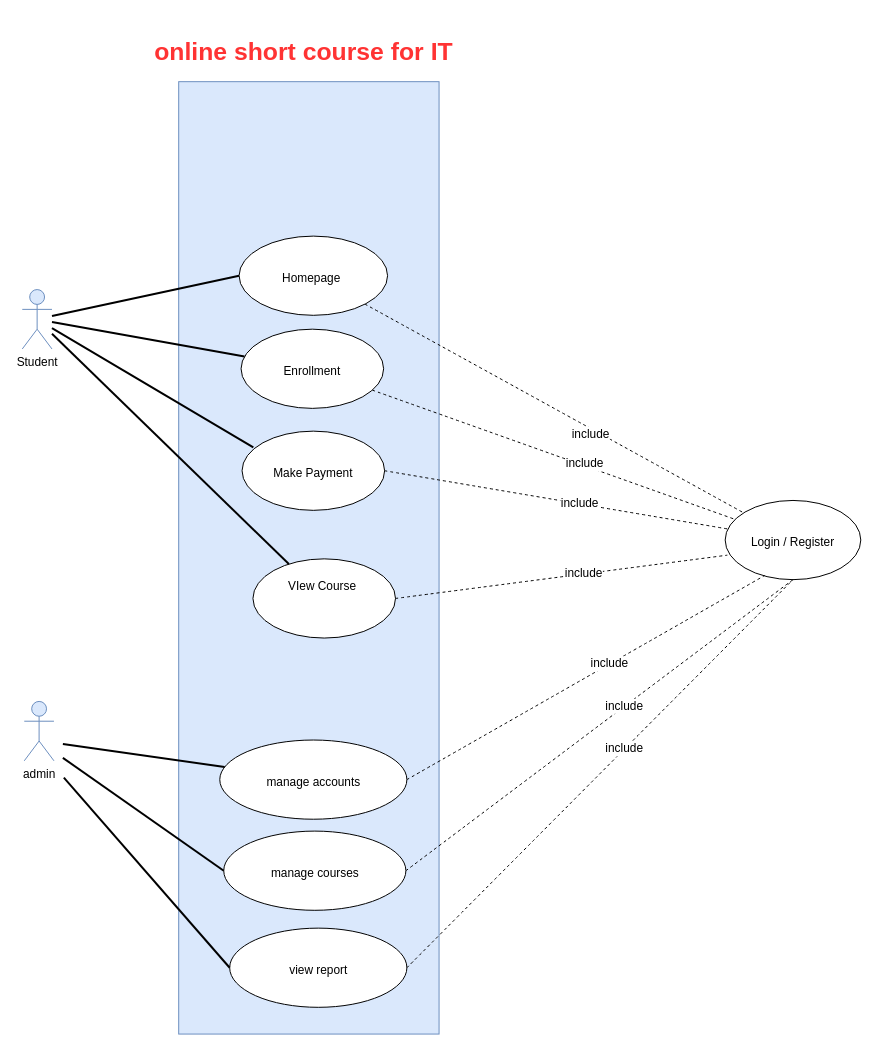
The draw.io diagram usecase.drawio in Sovannrathh/short-course, before the edit. Source tidied: cells renumbered, new cells numbered last; positions are measured from the earlier drawing's top-left corner, leaving out a move shared by most shapes. Both pictures are drawn from the tidied source at 99%, with x=0, y=0 at pixel (22, 17).
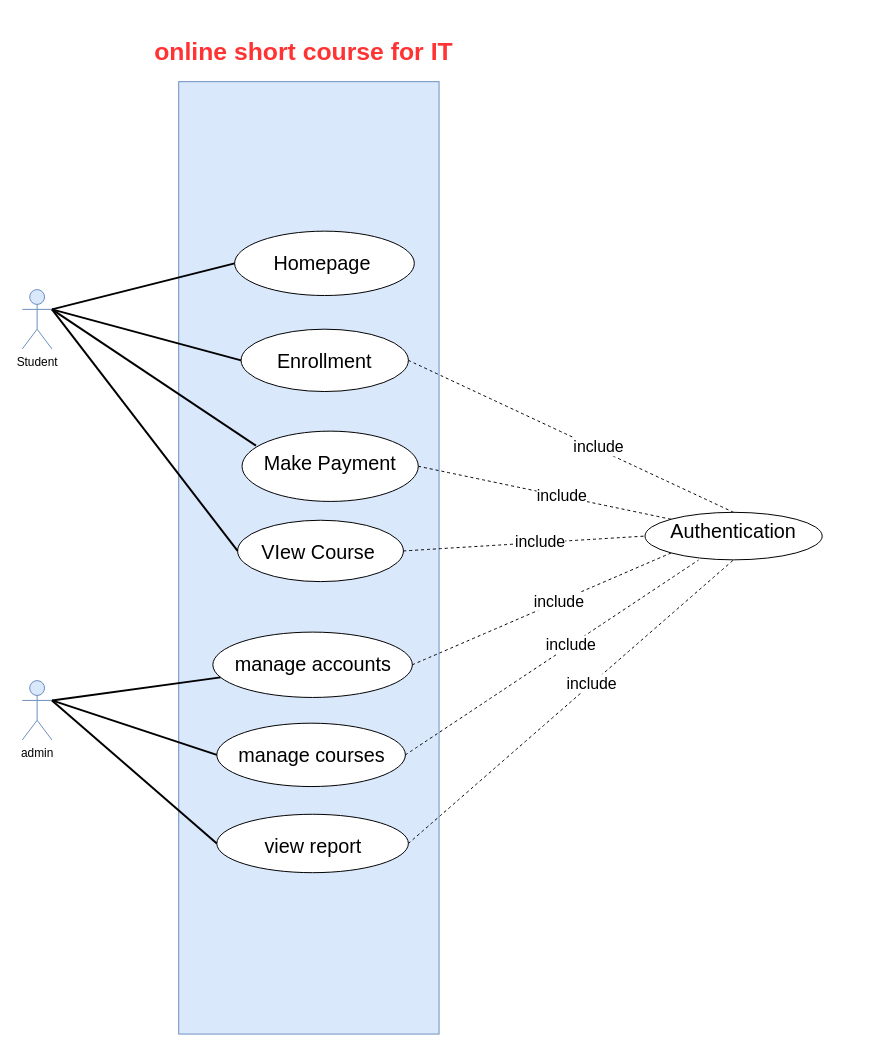
Above is the later version.

Unchanged cells that the change refers to:
```xml
<mxCell id="3" value="Student" style="shape=umlActor;verticalLabelPosition=bottom;verticalAlign=top;html=1;outlineConnect=0;fillColor=#dae8fc;strokeColor=#6c8ebf;" parent="1" vertex="1">
  <mxGeometry y="275" width="30" height="60" as="geometry" />
</mxCell>
<mxCell id="33" style="endArrow=none;dashed=1;html=1;rounded=0;fontSize=12;startSize=8;endSize=8;curved=1;exitX=1;exitY=0.5;exitDx=0;exitDy=0;entryX=0.5;entryY=1;entryDx=0;entryDy=0;" parent="1" edge="1" source="10" target="5">
  <mxGeometry relative="1" as="geometry" />
</mxCell>
```

Change to the diagram source:
```diff
@@
     <mxCell id="4" value="admin" style="shape=umlActor;verticalLabelPosition=bottom;verticalAlign=top;html=1;outlineConnect=0;fillColor=#dae8fc;strokeColor=#6c8ebf;" parent="1" vertex="1">
-      <mxGeometry x="2" y="691" width="30" height="60" as="geometry" />
+      <mxGeometry y="670" width="30" height="60" as="geometry" />
     </mxCell>
-    <mxCell id="5" value="&lt;div&gt;&lt;br&gt;&lt;/div&gt;&lt;div&gt;&lt;br&gt;&lt;/div&gt;&lt;div&gt;Login / Register&lt;/div&gt;" style="ellipse;whiteSpace=wrap;html=1;verticalAlign=top;" parent="1" vertex="1">
-      <mxGeometry x="710" y="488" width="137" height="80" as="geometry" />
+    <mxCell id="5" value="&lt;div&gt;&lt;font style=&quot;font-size: 20px;&quot;&gt;Authentication&lt;/font&gt;&lt;/div&gt;" style="ellipse;whiteSpace=wrap;html=1;verticalAlign=top;align=center;" parent="1" vertex="1">
+      <mxGeometry x="629" y="500" width="179" height="48" as="geometry" />
     </mxCell>
-    <mxCell id="6" value="&lt;div&gt;&lt;br&gt;&lt;/div&gt;&lt;div&gt;&lt;br&gt;&lt;/div&gt;Enrollment" style="ellipse;whiteSpace=wrap;html=1;verticalAlign=top;" parent="1" vertex="1">
-      <mxGeometry x="221" y="315" width="144" height="80" as="geometry" />
+    <mxCell id="6" value="&lt;div&gt;&lt;br&gt;&lt;/div&gt;&lt;font style=&quot;font-size: 20px;&quot;&gt;Enrollment&lt;/font&gt;" style="ellipse;whiteSpace=wrap;html=1;verticalAlign=top;" parent="1" vertex="1">
+      <mxGeometry x="221" y="315" width="169" height="63" as="geometry" />
     </mxCell>
-    <mxCell id="7" value="&lt;div&gt;&lt;br&gt;&lt;/div&gt;&lt;div&gt;&lt;br&gt;&lt;/div&gt;Homepage&amp;nbsp;" style="ellipse;whiteSpace=wrap;html=1;verticalAlign=top;" parent="1" vertex="1">
-      <mxGeometry x="219" y="221" width="150" height="80" as="geometry" />
+    <mxCell id="7" value="&lt;div&gt;&lt;br&gt;&lt;/div&gt;&lt;font style=&quot;font-size: 20px;&quot;&gt;Homepage&amp;nbsp;&lt;/font&gt;" style="ellipse;whiteSpace=wrap;html=1;verticalAlign=top;align=center;" parent="1" vertex="1">
+      <mxGeometry x="214.5" y="216" width="181.5" height="65" as="geometry" />
     </mxCell>
-    <mxCell id="8" value="&lt;div&gt;&lt;br&gt;&lt;/div&gt;&lt;div&gt;&lt;br&gt;&lt;/div&gt;manage accounts" style="ellipse;whiteSpace=wrap;html=1;verticalAlign=top;" parent="1" vertex="1">
-      <mxGeometry x="199.5" y="730" width="189" height="80" as="geometry" />
+    <mxCell id="8" value="&lt;div&gt;&lt;br&gt;&lt;/div&gt;&lt;font style=&quot;font-size: 20px;&quot;&gt;manage accounts&lt;/font&gt;" style="ellipse;whiteSpace=wrap;html=1;verticalAlign=top;" parent="1" vertex="1">
+      <mxGeometry x="192.5" y="621" width="201.5" height="66" as="geometry" />
     </mxCell>
-    <mxCell id="9" value="&lt;div&gt;&lt;br&gt;&lt;/div&gt;&lt;div&gt;&lt;br&gt;&lt;/div&gt;manage courses" style="ellipse;whiteSpace=wrap;html=1;verticalAlign=top;" parent="1" vertex="1">
-      <mxGeometry x="203.5" y="822" width="184" height="80" as="geometry" />
+    <mxCell id="9" value="&lt;div&gt;&lt;br&gt;&lt;/div&gt;&lt;font style=&quot;font-size: 20px;&quot;&gt;manage courses&lt;/font&gt;" style="ellipse;whiteSpace=wrap;html=1;verticalAlign=top;" parent="1" vertex="1">
+      <mxGeometry x="196.5" y="713" width="190.5" height="64" as="geometry" />
     </mxCell>
-    <mxCell id="10" value="&lt;div&gt;&lt;br&gt;&lt;/div&gt;&lt;div&gt;&lt;br&gt;&lt;/div&gt;view report" style="ellipse;whiteSpace=wrap;html=1;verticalAlign=top;" parent="1" vertex="1">
-      <mxGeometry x="209.5" y="920" width="179" height="80" as="geometry" />
+    <mxCell id="10" value="&lt;div&gt;&lt;br&gt;&lt;/div&gt;&lt;font style=&quot;font-size: 20px;&quot;&gt;view report&lt;/font&gt;" style="ellipse;whiteSpace=wrap;html=1;verticalAlign=top;" parent="1" vertex="1">
+      <mxGeometry x="196.5" y="805" width="193.5" height="59" as="geometry" />
     </mxCell>
-    <mxCell id="11" value="&lt;div&gt;&lt;br&gt;&lt;/div&gt;&lt;div&gt;&lt;span style=&quot;background-color: transparent; color: light-dark(rgb(0, 0, 0), rgb(255, 255, 255));&quot;&gt;&lt;br&gt;&lt;/span&gt;&lt;/div&gt;&lt;div&gt;&lt;span style=&quot;background-color: transparent; color: light-dark(rgb(0, 0, 0), rgb(255, 255, 255));&quot;&gt;Make Payment&lt;/span&gt;&lt;/div&gt;" style="ellipse;whiteSpace=wrap;html=1;verticalAlign=top;" parent="1" vertex="1">
-      <mxGeometry x="222" y="418" width="144" height="80" as="geometry" />
+    <mxCell id="11" value="&lt;div&gt;&lt;br&gt;&lt;/div&gt;&lt;div&gt;&lt;span style=&quot;background-color: transparent; color: light-dark(rgb(0, 0, 0), rgb(255, 255, 255));&quot;&gt;&lt;font style=&quot;font-size: 20px;&quot;&gt;Make Payment&lt;/font&gt;&lt;/span&gt;&lt;/div&gt;" style="ellipse;whiteSpace=wrap;html=1;verticalAlign=top;" parent="1" vertex="1">
+      <mxGeometry x="222" y="418" width="178" height="71" as="geometry" />
     </mxCell>
-    <mxCell id="12" value="&lt;div&gt;&lt;br&gt;&lt;/div&gt;&lt;div&gt;&lt;span style=&quot;background-color: transparent; color: light-dark(rgb(0, 0, 0), rgb(255, 255, 255));&quot;&gt;VIew Course&amp;nbsp;&lt;/span&gt;&lt;/div&gt;" style="ellipse;whiteSpace=wrap;html=1;verticalAlign=top;" parent="1" vertex="1">
-      <mxGeometry x="233" y="547" width="144" height="80" as="geometry" />
+    <mxCell id="12" value="&lt;div&gt;&lt;br&gt;&lt;/div&gt;&lt;div&gt;&lt;span style=&quot;background-color: transparent; color: light-dark(rgb(0, 0, 0), rgb(255, 255, 255));&quot;&gt;&lt;font style=&quot;font-size: 20px;&quot;&gt;VIew Course&amp;nbsp;&lt;/font&gt;&lt;/span&gt;&lt;/div&gt;" style="ellipse;whiteSpace=wrap;html=1;verticalAlign=top;" parent="1" vertex="1">
+      <mxGeometry x="217.5" y="508" width="167.5" height="62" as="geometry" />
     </mxCell>
-    <mxCell id="13" style="endArrow=none;html=1;rounded=0;fontSize=12;startSize=8;endSize=8;curved=1;strokeWidth=2;entryX=0;entryY=0.5;entryDx=0;entryDy=0;" parent="1" edge="1" source="3" target="7">
+    <mxCell id="13" style="endArrow=none;html=1;rounded=0;fontSize=12;startSize=8;endSize=8;curved=1;strokeWidth=2;entryX=0;entryY=0.5;entryDx=0;entryDy=0;exitX=1;exitY=0.3333333333333333;exitDx=0;exitDy=0;exitPerimeter=0;" parent="1" edge="1" source="3" target="7">
       <mxGeometry relative="1" as="geometry" />
     </mxCell>
-    <mxCell id="14" style="endArrow=none;html=1;rounded=0;fontSize=12;startSize=8;endSize=8;curved=1;strokeWidth=2;" parent="1" edge="1" source="3" target="6">
+    <mxCell id="14" style="endArrow=none;html=1;rounded=0;fontSize=12;startSize=8;endSize=8;curved=1;strokeWidth=2;entryX=0;entryY=0.5;entryDx=0;entryDy=0;exitX=1;exitY=0.3333333333333333;exitDx=0;exitDy=0;exitPerimeter=0;" parent="1" edge="1" source="3" target="6">
       <mxGeometry relative="1" as="geometry" />
     </mxCell>
-    <mxCell id="15" style="endArrow=none;html=1;rounded=0;fontSize=12;startSize=8;endSize=8;curved=1;strokeWidth=2;entryX=0.079;entryY=0.205;entryDx=0;entryDy=0;entryPerimeter=0;" parent="1" edge="1" source="3" target="11">
+    <mxCell id="15" style="endArrow=none;html=1;rounded=0;fontSize=12;startSize=8;endSize=8;curved=1;strokeWidth=2;entryX=0.079;entryY=0.205;entryDx=0;entryDy=0;entryPerimeter=0;exitX=1;exitY=0.3333333333333333;exitDx=0;exitDy=0;exitPerimeter=0;" parent="1" edge="1" source="3" target="11">
       <mxGeometry relative="1" as="geometry" />
     </mxCell>
-    <mxCell id="16" style="endArrow=none;html=1;rounded=0;fontSize=12;startSize=8;endSize=8;curved=1;strokeWidth=2;" parent="1" edge="1" source="3" target="12">
+    <mxCell id="16" style="endArrow=none;html=1;rounded=0;fontSize=12;startSize=8;endSize=8;curved=1;strokeWidth=2;entryX=0;entryY=0.5;entryDx=0;entryDy=0;exitX=1;exitY=0.3333333333333333;exitDx=0;exitDy=0;exitPerimeter=0;" parent="1" edge="1" source="3" target="12">
       <mxGeometry relative="1" as="geometry" />
     </mxCell>
-    <mxCell id="17" style="endArrow=none;html=1;rounded=0;fontSize=12;startSize=8;endSize=8;curved=1;strokeWidth=2;" parent="1" edge="1" target="8">
-      <mxGeometry relative="1" as="geometry">
-        <mxPoint x="41" y="734" as="sourcePoint" />
-      </mxGeometry>
+    <mxCell id="17" style="endArrow=none;html=1;rounded=0;fontSize=12;startSize=8;endSize=8;curved=1;strokeWidth=2;exitX=1;exitY=0.3333333333333333;exitDx=0;exitDy=0;exitPerimeter=0;" parent="1" edge="1" source="4" target="8">
+      <mxGeometry relative="1" as="geometry" />
     </mxCell>
-    <mxCell id="18" style="endArrow=none;html=1;rounded=0;fontSize=12;startSize=8;endSize=8;curved=1;strokeWidth=2;entryX=0;entryY=0.5;entryDx=0;entryDy=0;" parent="1" edge="1" target="9">
-      <mxGeometry relative="1" as="geometry">
-        <mxPoint x="41" y="748" as="sourcePoint" />
-      </mxGeometry>
+    <mxCell id="18" style="endArrow=none;html=1;rounded=0;fontSize=12;startSize=8;endSize=8;curved=1;strokeWidth=2;entryX=0;entryY=0.5;entryDx=0;entryDy=0;exitX=1;exitY=0.3333333333333333;exitDx=0;exitDy=0;exitPerimeter=0;" parent="1" edge="1" source="4" target="9">
+      <mxGeometry relative="1" as="geometry" />
     </mxCell>
-    <mxCell id="19" style="endArrow=none;html=1;rounded=0;fontSize=12;startSize=8;endSize=8;curved=1;strokeWidth=2;entryX=0;entryY=0.5;entryDx=0;entryDy=0;" parent="1" edge="1" target="10">
-      <mxGeometry relative="1" as="geometry">
-        <mxPoint x="42" y="768" as="sourcePoint" />
-      </mxGeometry>
+    <mxCell id="19" style="endArrow=none;html=1;rounded=0;fontSize=12;startSize=8;endSize=8;curved=1;strokeWidth=2;entryX=0;entryY=0.5;entryDx=0;entryDy=0;exitX=1;exitY=0.3333333333333333;exitDx=0;exitDy=0;exitPerimeter=0;" parent="1" edge="1" source="4" target="10">
+      <mxGeometry relative="1" as="geometry" />
     </mxCell>
@@
-    <mxCell id="21" style="endArrow=none;dashed=1;html=1;rounded=0;fontSize=12;startSize=8;endSize=8;curved=1;" parent="1" edge="1" source="7" target="5">
-      <mxGeometry relative="1" as="geometry" />
-    </mxCell>
-    <mxCell id="22" value="include" style="edgeLabel;html=1;align=center;verticalAlign=middle;fontSize=12;" parent="21" vertex="1">
-      <mxGeometry x="0.2" y="-4" relative="1" as="geometry">
-        <mxPoint y="1" as="offset" />
-      </mxGeometry>
-    </mxCell>
-    <mxCell id="23" style="endArrow=none;dashed=1;html=1;rounded=0;fontSize=12;startSize=8;endSize=8;curved=1;" parent="1" edge="1" source="6" target="5">
+    <mxCell id="23" style="endArrow=none;dashed=1;html=1;rounded=0;fontSize=12;startSize=8;endSize=8;curved=1;exitX=1;exitY=0.5;exitDx=0;exitDy=0;entryX=0.5;entryY=0;entryDx=0;entryDy=0;" parent="1" edge="1" source="6" target="5">
       <mxGeometry relative="1" as="geometry" />
     </mxCell>
-    <mxCell id="24" value="include" style="edgeLabel;html=1;align=center;verticalAlign=middle;fontSize=12;" parent="23" vertex="1">
+    <mxCell id="24" value="&lt;font&gt;include&lt;/font&gt;" style="edgeLabel;html=1;align=center;verticalAlign=middle;fontSize=16;" parent="23" vertex="1">
       <mxGeometry x="0.16" y="2" relative="1" as="geometry" />
     </mxCell>
-    <mxCell id="25" style="endArrow=none;dashed=1;html=1;rounded=0;fontSize=12;startSize=8;endSize=8;curved=1;exitX=1;exitY=0.5;exitDx=0;exitDy=0;" parent="1" edge="1" source="11" target="5">
+    <mxCell id="25" style="endArrow=none;dashed=1;html=1;rounded=0;fontSize=12;startSize=8;endSize=8;curved=1;exitX=1;exitY=0.5;exitDx=0;exitDy=0;entryX=0;entryY=0;entryDx=0;entryDy=0;" parent="1" edge="1" source="11" target="5">
       <mxGeometry relative="1" as="geometry" />
     </mxCell>
-    <mxCell id="26" value="include" style="edgeLabel;html=1;align=center;verticalAlign=middle;fontSize=12;" parent="25" vertex="1">
+    <mxCell id="26" value="&lt;font&gt;include&lt;/font&gt;" style="edgeLabel;html=1;align=center;verticalAlign=middle;fontSize=16;" parent="25" vertex="1">
       <mxGeometry x="0.13" y="1" relative="1" as="geometry" />
     </mxCell>
-    <mxCell id="27" style="endArrow=none;dashed=1;html=1;rounded=0;fontSize=12;startSize=8;endSize=8;curved=1;exitX=1;exitY=0.5;exitDx=0;exitDy=0;entryX=0.016;entryY=0.691;entryDx=0;entryDy=0;entryPerimeter=0;" parent="1" edge="1" source="12" target="5">
+    <mxCell id="27" style="endArrow=none;dashed=1;html=1;rounded=0;fontSize=12;startSize=8;endSize=8;curved=1;exitX=1;exitY=0.5;exitDx=0;exitDy=0;entryX=0;entryY=0.5;entryDx=0;entryDy=0;" parent="1" edge="1" source="12" target="5">
       <mxGeometry relative="1" as="geometry" />
     </mxCell>
-    <mxCell id="28" value="include" style="edgeLabel;html=1;align=center;verticalAlign=middle;fontSize=12;" parent="27" vertex="1">
+    <mxCell id="28" value="&lt;font&gt;include&lt;/font&gt;" style="edgeLabel;html=1;align=center;verticalAlign=middle;fontSize=16;" parent="27" vertex="1">
       <mxGeometry x="0.13" y="1" relative="1" as="geometry" />
     </mxCell>
-    <mxCell id="29" style="endArrow=none;dashed=1;html=1;rounded=0;fontSize=12;startSize=8;endSize=8;curved=1;exitX=1;exitY=0.5;exitDx=0;exitDy=0;entryX=0.291;entryY=0.948;entryDx=0;entryDy=0;entryPerimeter=0;" parent="1" edge="1" source="8" target="5">
+    <mxCell id="29" style="endArrow=none;dashed=1;html=1;rounded=0;fontSize=12;startSize=8;endSize=8;curved=1;exitX=1;exitY=0.5;exitDx=0;exitDy=0;entryX=0;entryY=1;entryDx=0;entryDy=0;" parent="1" edge="1" source="8" target="5">
       <mxGeometry relative="1" as="geometry" />
     </mxCell>
-    <mxCell id="30" value="include" style="edgeLabel;html=1;align=center;verticalAlign=middle;fontSize=12;" parent="29" vertex="1">
+    <mxCell id="30" value="&lt;font&gt;include&lt;/font&gt;" style="edgeLabel;html=1;align=center;verticalAlign=middle;fontSize=16;" parent="29" vertex="1">
       <mxGeometry x="0.13" y="1" relative="1" as="geometry" />
     </mxCell>
-    <mxCell id="31" style="endArrow=none;dashed=1;html=1;rounded=0;fontSize=12;startSize=8;endSize=8;curved=1;exitX=1;exitY=0.5;exitDx=0;exitDy=0;entryX=0.5;entryY=1;entryDx=0;entryDy=0;" parent="1" edge="1" source="9" target="5">
+    <mxCell id="31" style="endArrow=none;dashed=1;html=1;rounded=0;fontSize=12;startSize=8;endSize=8;curved=1;exitX=1;exitY=0.5;exitDx=0;exitDy=0;entryX=0.302;entryY=1.005;entryDx=0;entryDy=0;entryPerimeter=0;" parent="1" edge="1" source="9" target="5">
       <mxGeometry relative="1" as="geometry" />
     </mxCell>
-    <mxCell id="32" value="include" style="edgeLabel;html=1;align=center;verticalAlign=middle;fontSize=12;" parent="31" vertex="1">
-      <mxGeometry x="0.13" y="1" relative="1" as="geometry" />
+    <mxCell id="32" value="&lt;font&gt;include&lt;/font&gt;" style="edgeLabel;html=1;align=center;verticalAlign=middle;fontSize=16;" parent="31" vertex="1">
+      <mxGeometry x="0.13" y="1" relative="1" as="geometry">
+        <mxPoint y="1" as="offset" />
+      </mxGeometry>
     </mxCell>
@@
-    <mxCell id="34" value="include" style="edgeLabel;html=1;align=center;verticalAlign=middle;fontSize=12;" parent="33" vertex="1">
+    <mxCell id="34" value="&lt;font&gt;include&lt;/font&gt;" style="edgeLabel;html=1;align=center;verticalAlign=middle;fontSize=16;" parent="33" vertex="1">
       <mxGeometry x="0.13" y="1" relative="1" as="geometry" />
     </mxCell>
```
